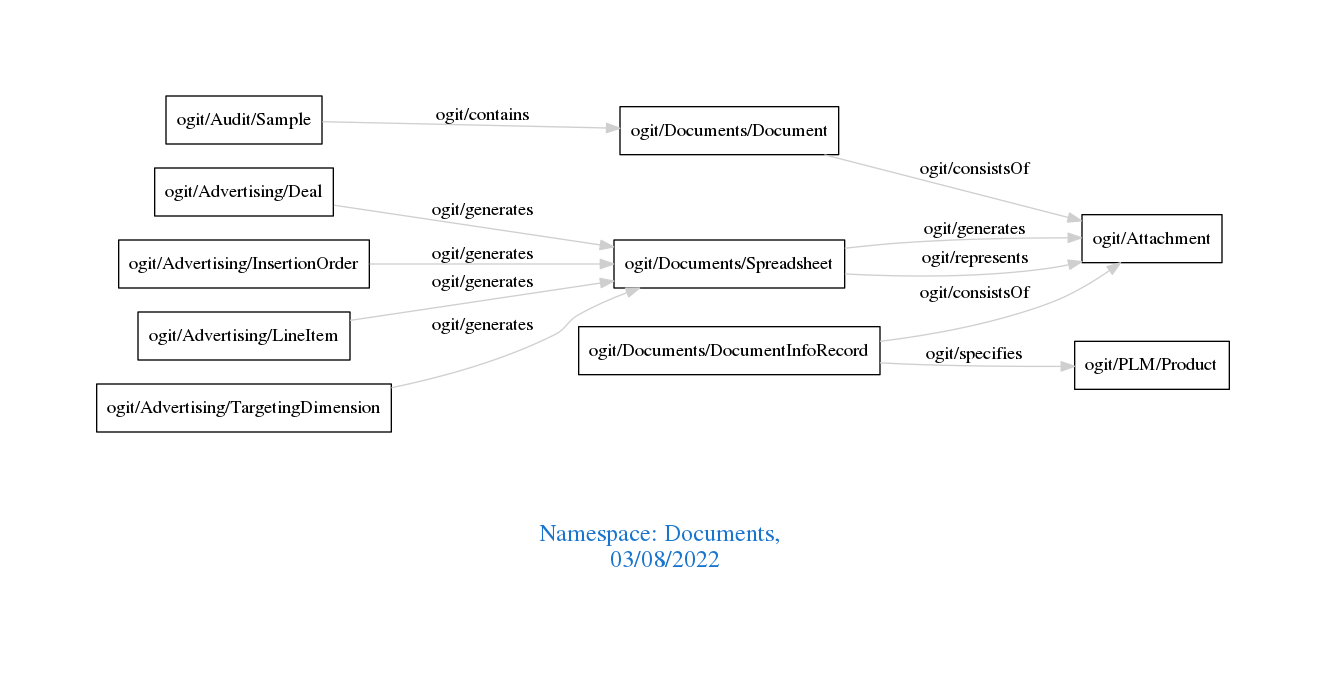
arago/OGIT keeps this Graphviz diagram as downloads/Documents.png. Above is the earlier version. Its source is kept beside it as downloads/Documents.dot.
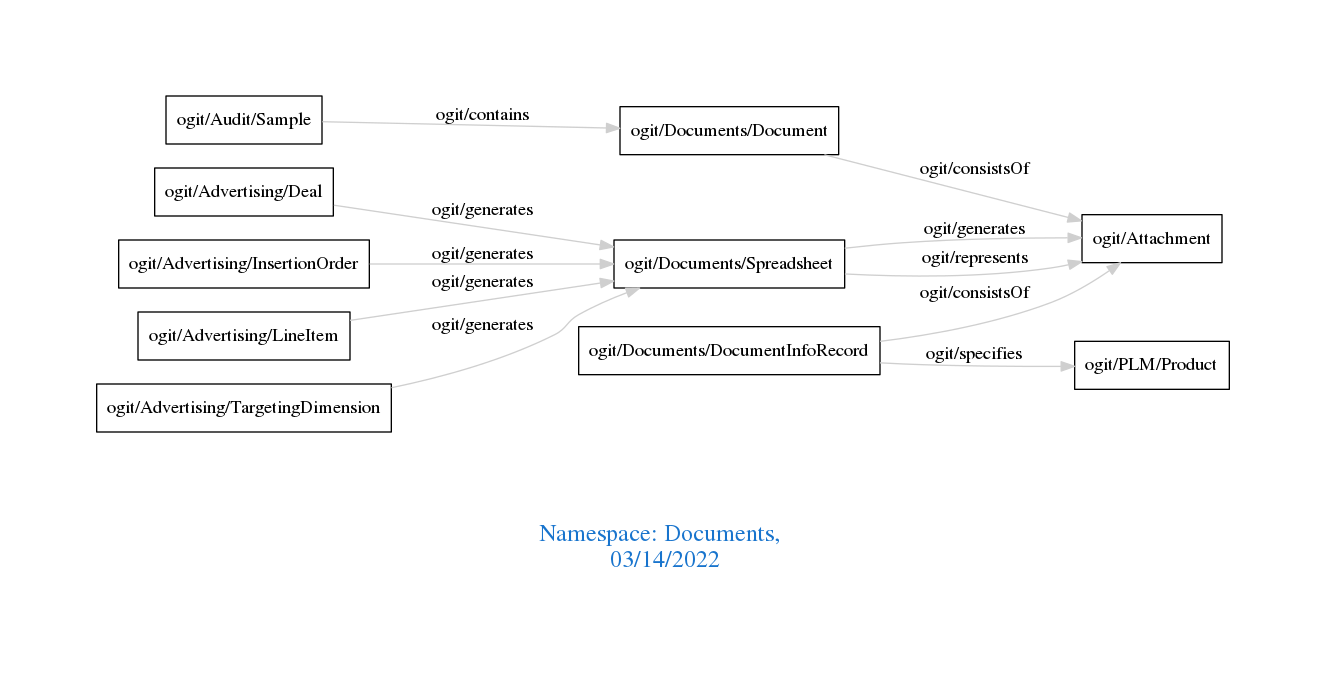
The same file after the commit.

The edit, as a diff of the source:
```diff
@@ -1,7 +1,7 @@
 digraph OGIT_ontology {
  graph [ rankdir= LR,pad=1
 fontsize = 18,
-fontcolor= dodgerblue3,label = "\n\n\nNamespace: Documents, \n 03/08/2022"];
+fontcolor= dodgerblue3,label = "\n\n\nNamespace: Documents, \n 03/14/2022"];
 node[shape=polygon];
 edge [  color="gray81"];
 
```
